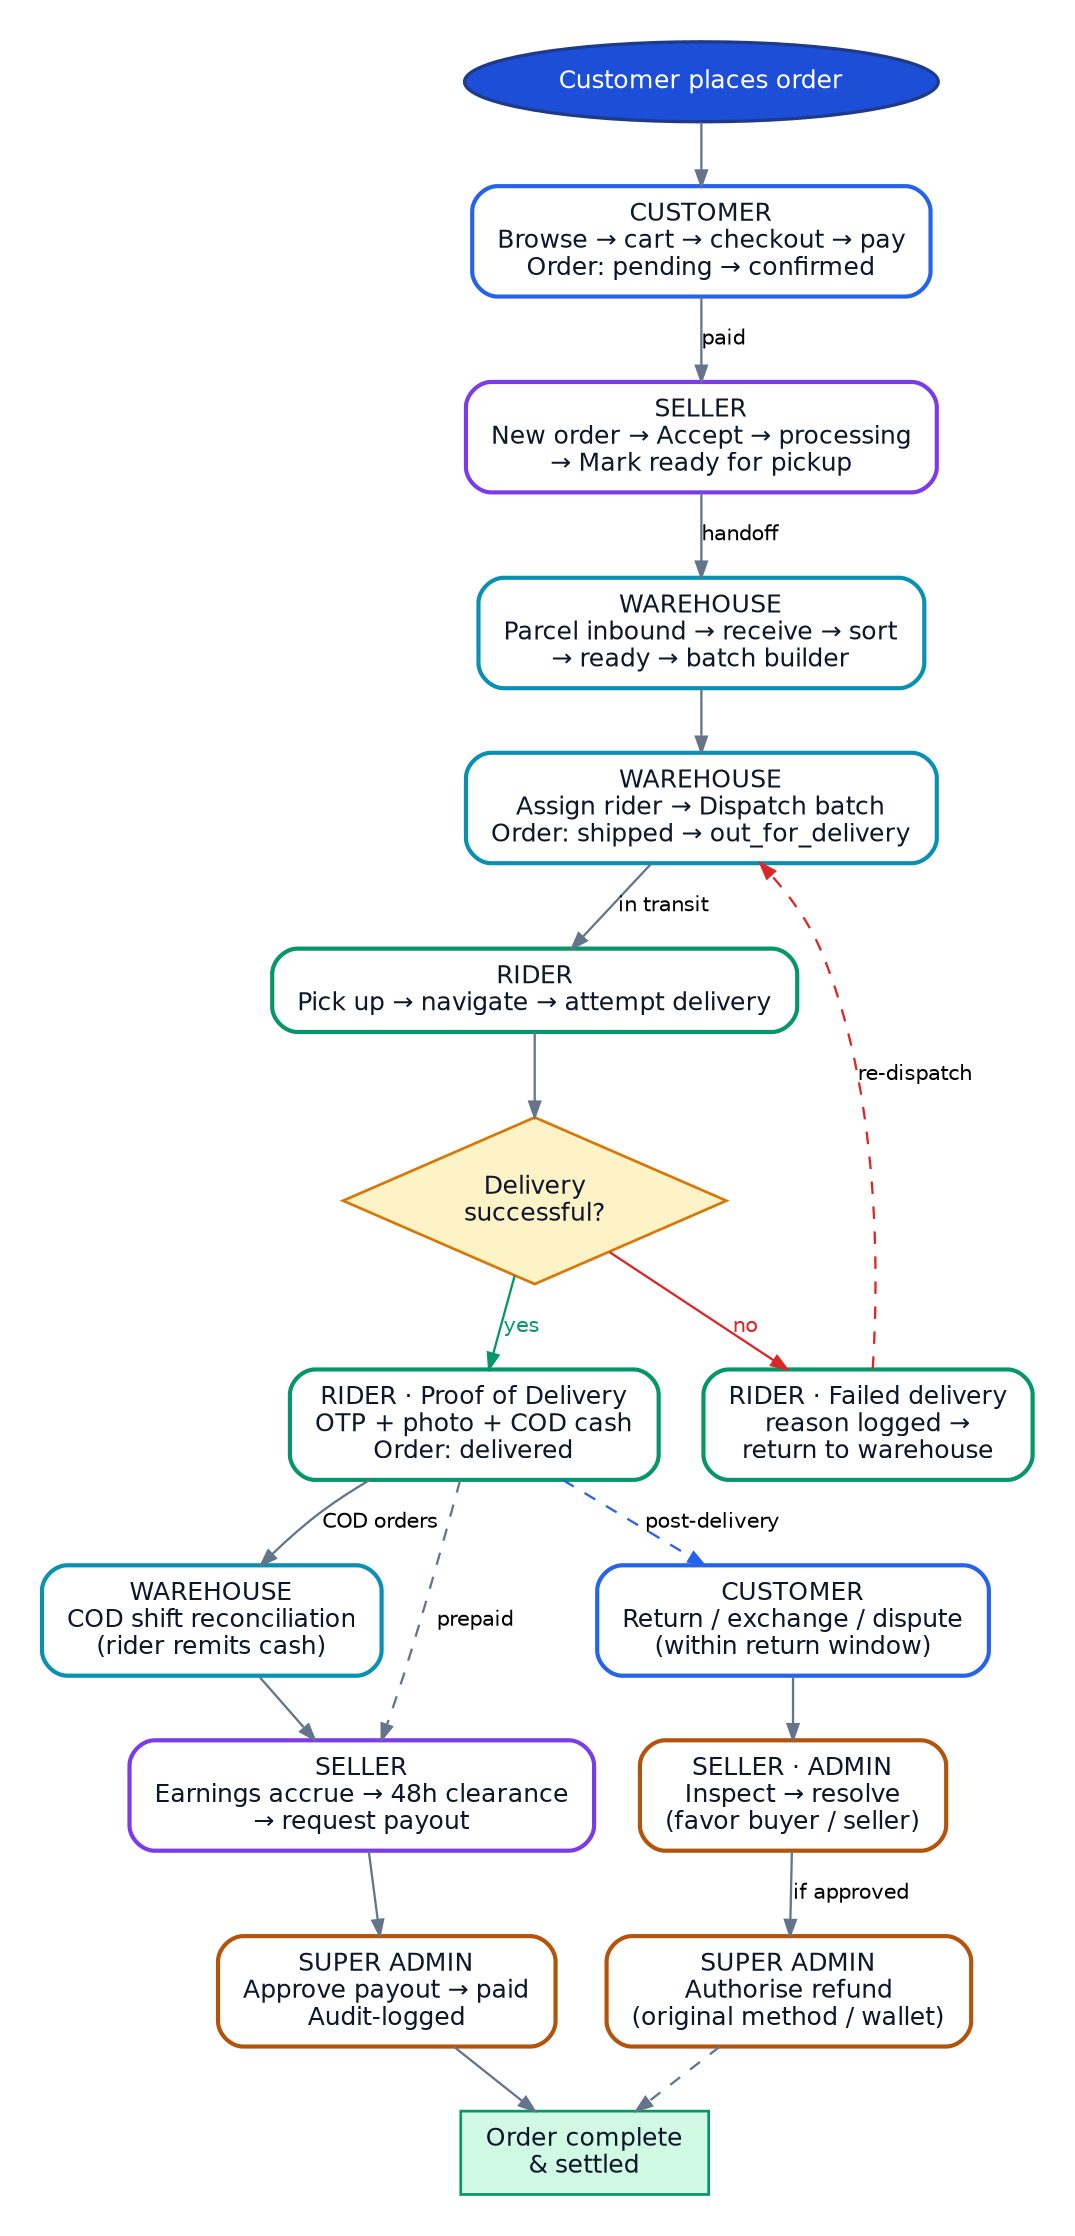
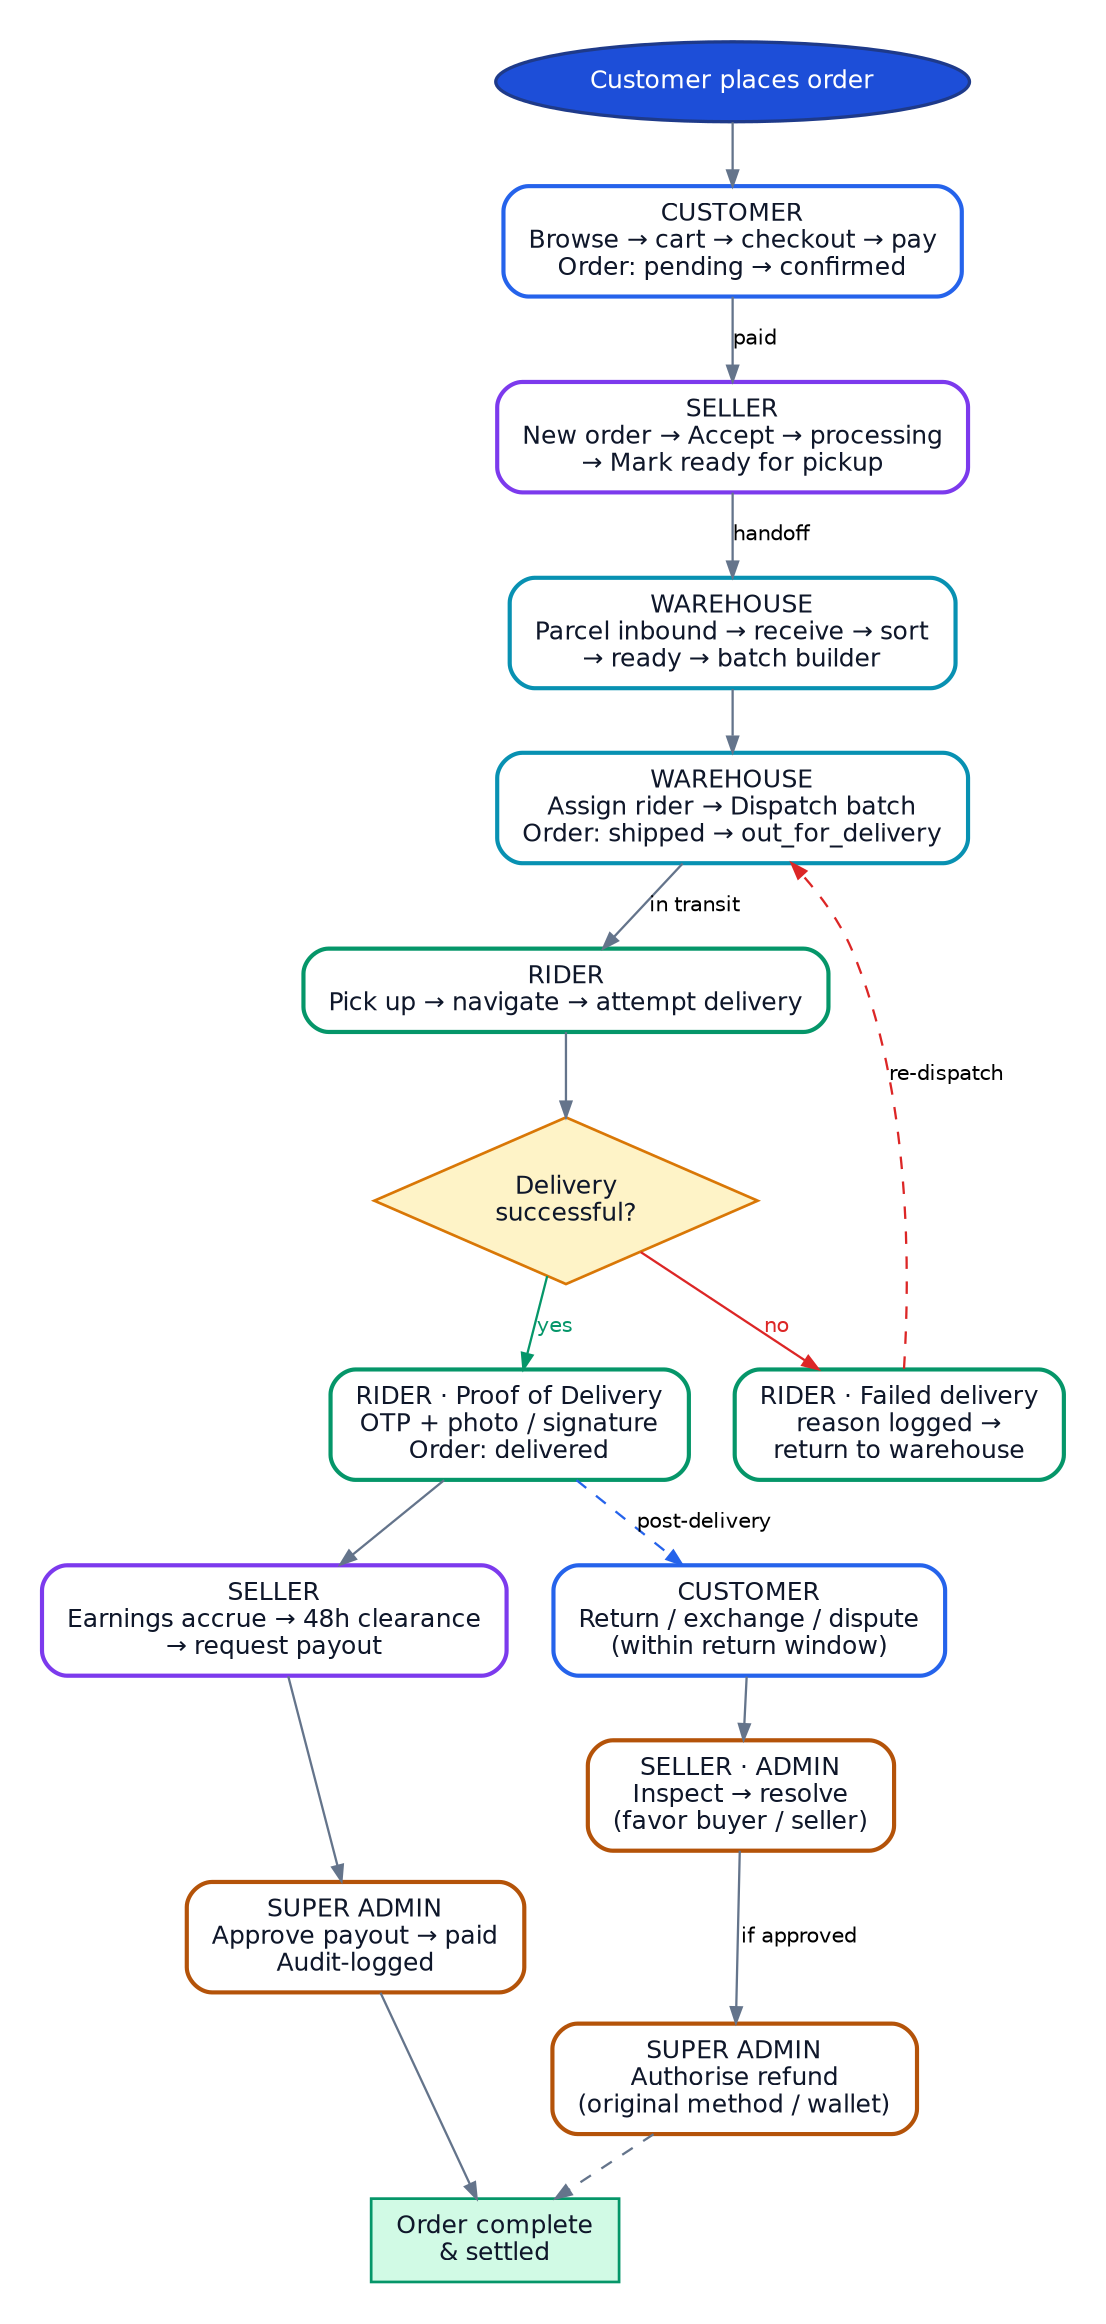
digraph life {
  graph [rankdir=TB, bgcolor="white", fontname="Helvetica", nodesep=0.3, ranksep=0.4, pad=0.28, ];
  node  [fontname="Helvetica", fontsize=12, margin="0.17,0.10", penwidth=1.3];
  edge  [fontname="Helvetica", fontsize=10, color="#64748b", arrowsize=0.75, penwidth=1.1];
  node [fontsize=11];
  "L0" [label="Customer places order", shape=oval, style="filled", fillcolor="#1d4ed8", color="#1e3a8a", fontcolor="white", fontsize=12, penwidth=1.6];
  "L1" [label="CUSTOMER
Browse → cart → checkout → pay
Order: pending → confirmed", shape=box, style="rounded,filled", fillcolor="white", color="#2563eb", fontcolor="#0f172a", fontsize=12, penwidth=2.0];
  "L2" [label="SELLER
New order → Accept → processing
→ Mark ready for pickup", shape=box, style="rounded,filled", fillcolor="white", color="#7c3aed", fontcolor="#0f172a", fontsize=12, penwidth=2.0];
  "L3" [label="WAREHOUSE
Parcel inbound → receive → sort
→ ready → batch builder", shape=box, style="rounded,filled", fillcolor="white", color="#0891b2", fontcolor="#0f172a", fontsize=12, penwidth=2.0];
  "L4" [label="WAREHOUSE
Assign rider → Dispatch batch
Order: shipped → out_for_delivery", shape=box, style="rounded,filled", fillcolor="white", color="#0891b2", fontcolor="#0f172a", fontsize=12, penwidth=2.0];
  "L5" [label="RIDER
Pick up → navigate → attempt delivery", shape=box, style="rounded,filled", fillcolor="white", color="#059669", fontcolor="#0f172a", fontsize=12, penwidth=2.0];
  "L6" [label="Delivery
successful?", shape=diamond, style="filled", fillcolor="#FEF3C7", color="#d97706", fontcolor="#0f172a", fontsize=12, penwidth=1.3];
  "L7" [label="RIDER · Proof of Delivery
- OTP + photo + COD cash
+ OTP + photo / signature
Order: delivered", shape=box, style="rounded,filled", fillcolor="white", color="#059669", fontcolor="#0f172a", fontsize=12, penwidth=2.0];
  "L8" [label="RIDER · Failed delivery
reason logged →
return to warehouse", shape=box, style="rounded,filled", fillcolor="white", color="#059669", fontcolor="#0f172a", fontsize=12, penwidth=2.0];
-   "L9" [label="WAREHOUSE
- COD shift reconciliation
- (rider remits cash)", shape=box, style="rounded,filled", fillcolor="white", color="#0891b2", fontcolor="#0f172a", fontsize=12, penwidth=2.0];
  "L10" [label="SELLER
Earnings accrue → 48h clearance
→ request payout", shape=box, style="rounded,filled", fillcolor="white", color="#7c3aed", fontcolor="#0f172a", fontsize=12, penwidth=2.0];
  "L11" [label="SUPER ADMIN
Approve payout → paid
Audit-logged", shape=box, style="rounded,filled", fillcolor="white", color="#b45309", fontcolor="#0f172a", fontsize=12, penwidth=2.0];
  "L12" [label="Order complete
& settled", shape=box, style="filled", fillcolor="#D1FAE5", color="#059669", fontcolor="#0f172a", fontsize=12, penwidth=1.3];
  "R1" [label="CUSTOMER
Return / exchange / dispute
(within return window)", shape=box, style="rounded,filled", fillcolor="white", color="#2563eb", fontcolor="#0f172a", fontsize=12, penwidth=2.0];
  "R2" [label="SELLER · ADMIN
Inspect → resolve
(favor buyer / seller)", shape=box, style="rounded,filled", fillcolor="white", color="#b45309", fontcolor="#0f172a", fontsize=12, penwidth=2.0];
  "R3" [label="SUPER ADMIN
Authorise refund
(original method / wallet)", shape=box, style="rounded,filled", fillcolor="white", color="#b45309", fontcolor="#0f172a", fontsize=12, penwidth=2.0];
  "L0" -> "L1" [style=solid, color="#64748b"];
  "L1" -> "L2" [style=solid, color="#64748b", label="paid"];
  "L2" -> "L3" [style=solid, color="#64748b", label="handoff"];
  "L3" -> "L4" [style=solid, color="#64748b"];
  "L4" -> "L5" [style=solid, color="#64748b", label="in transit"];
  "L5" -> "L6" [style=solid, color="#64748b"];
  "L6" -> "L7" [style=solid, color="#059669", label="yes", fontcolor="#059669"];
  "L6" -> "L8" [style=solid, color="#dc2626", label="no", fontcolor="#dc2626"];
  "L8" -> "L4" [style=dashed, color="#dc2626", label="re-dispatch"];
-   "L7" -> "L9" [style=solid, color="#64748b", label="COD orders"];
-   "L9" -> "L10" [style=solid, color="#64748b"];
-   "L7" -> "L10" [style=dashed, color="#64748b", label="prepaid"];
+   "L7" -> "L10" [style=solid, color="#64748b"];
  "L10" -> "L11" [style=solid, color="#64748b"];
  "L11" -> "L12" [style=solid, color="#64748b"];
  "L7" -> "R1" [style=dashed, color="#2563eb", label="post-delivery"];
  "R1" -> "R2" [style=solid, color="#64748b"];
  "R2" -> "R3" [style=solid, color="#64748b", label="if approved"];
  "R3" -> "L12" [style=dashed, color="#64748b"];
}
